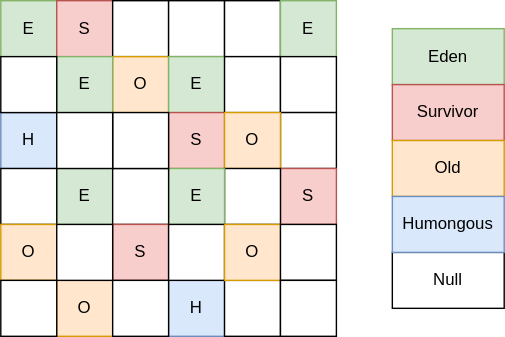
The draw.io diagram learn/src/main/resources/jvm/readme/static/uml/GC_G1_Struct.svg in zzyandzzy/openjdk-jdk11u, before a commit. Source tidied: cells renumbered, new cells last; positions are measured from the earlier drawing's top-left corner, leaving out a move shared by most shapes. Its diagram source:
```xml
<mxGraphModel>
  <root>
    <mxCell id="0" />
    <mxCell id="1" parent="0" />
    <mxCell id="2" style="group;" parent="1" vertex="1">
      <mxGeometry x="280" y="20" width="80" height="200" as="geometry" />
    </mxCell>
    <mxCell id="3" value="Null" style="rounded=0;whiteSpace=wrap;html=1;" parent="2" vertex="1">
      <mxGeometry y="160" width="80" height="40" as="geometry" />
    </mxCell>
    <mxCell id="4" value="Eden" style="rounded=0;whiteSpace=wrap;html=1;fillColor=#d5e8d4;strokeColor=#82b366;" parent="2" vertex="1">
      <mxGeometry width="80" height="40" as="geometry" />
    </mxCell>
    <mxCell id="5" value="Survivor" style="rounded=0;whiteSpace=wrap;html=1;fillColor=#f8cecc;strokeColor=#b85450;" parent="2" vertex="1">
      <mxGeometry y="40" width="80" height="40" as="geometry" />
    </mxCell>
    <mxCell id="6" value="Old" style="rounded=0;whiteSpace=wrap;html=1;fillColor=#ffe6cc;strokeColor=#d79b00;" parent="2" vertex="1">
      <mxGeometry y="80" width="80" height="40" as="geometry" />
    </mxCell>
    <mxCell id="7" value="Humongous" style="rounded=0;whiteSpace=wrap;html=1;fillColor=#dae8fc;strokeColor=#6c8ebf;" parent="2" vertex="1">
      <mxGeometry y="120" width="80" height="40" as="geometry" />
    </mxCell>
    <mxCell id="8" style="group;" parent="1" vertex="1">
      <mxGeometry width="240" height="240" as="geometry" />
    </mxCell>
    <mxCell id="9" value="E" style="rounded=0;whiteSpace=wrap;html=1;fillColor=#d5e8d4;strokeColor=#82b366;" parent="8" vertex="1">
      <mxGeometry width="40" height="40" as="geometry" />
    </mxCell>
    <mxCell id="10" value="S" style="rounded=0;whiteSpace=wrap;html=1;fillColor=#f8cecc;strokeColor=#b85450;" parent="8" vertex="1">
      <mxGeometry x="40" width="40" height="40" as="geometry" />
    </mxCell>
    <mxCell id="11" style="rounded=0;whiteSpace=wrap;html=1;" parent="8" vertex="1">
      <mxGeometry x="80" width="40" height="40" as="geometry" />
    </mxCell>
    <mxCell id="12" value="O" style="rounded=0;whiteSpace=wrap;html=1;fillColor=#ffe6cc;strokeColor=#d79b00;" parent="8" vertex="1">
      <mxGeometry x="80" y="40" width="40" height="40" as="geometry" />
    </mxCell>
    <mxCell id="13" value="H" style="rounded=0;whiteSpace=wrap;html=1;fillColor=#dae8fc;strokeColor=#6c8ebf;" parent="8" vertex="1">
      <mxGeometry y="80" width="40" height="40" as="geometry" />
    </mxCell>
    <mxCell id="14" value="E" style="rounded=0;whiteSpace=wrap;html=1;fillColor=#d5e8d4;strokeColor=#82b366;" parent="8" vertex="1">
      <mxGeometry x="40" y="40" width="40" height="40" as="geometry" />
    </mxCell>
    <mxCell id="15" value="E" style="rounded=0;whiteSpace=wrap;html=1;fillColor=#d5e8d4;strokeColor=#82b366;" parent="8" vertex="1">
      <mxGeometry x="40" y="120" width="40" height="40" as="geometry" />
    </mxCell>
    <mxCell id="16" style="rounded=0;whiteSpace=wrap;html=1;" parent="8" vertex="1">
      <mxGeometry x="120" width="40" height="40" as="geometry" />
    </mxCell>
    <mxCell id="17" style="rounded=0;whiteSpace=wrap;html=1;" parent="8" vertex="1">
      <mxGeometry x="160" width="40" height="40" as="geometry" />
    </mxCell>
    <mxCell id="18" value="E" style="rounded=0;whiteSpace=wrap;html=1;fillColor=#d5e8d4;strokeColor=#82b366;" parent="8" vertex="1">
      <mxGeometry x="200" width="40" height="40" as="geometry" />
    </mxCell>
    <mxCell id="19" value="E" style="rounded=0;whiteSpace=wrap;html=1;fillColor=#d5e8d4;strokeColor=#82b366;" parent="8" vertex="1">
      <mxGeometry x="120" y="40" width="40" height="40" as="geometry" />
    </mxCell>
    <mxCell id="20" value="S" style="rounded=0;whiteSpace=wrap;html=1;fillColor=#f8cecc;strokeColor=#b85450;" parent="8" vertex="1">
      <mxGeometry x="120" y="80" width="40" height="40" as="geometry" />
    </mxCell>
    <mxCell id="21" style="rounded=0;whiteSpace=wrap;html=1;" parent="8" vertex="1">
      <mxGeometry x="160" y="40" width="40" height="40" as="geometry" />
    </mxCell>
    <mxCell id="22" style="rounded=0;whiteSpace=wrap;html=1;" parent="8" vertex="1">
      <mxGeometry x="200" y="40" width="40" height="40" as="geometry" />
    </mxCell>
    <mxCell id="23" style="rounded=0;whiteSpace=wrap;html=1;" parent="8" vertex="1">
      <mxGeometry x="200" y="80" width="40" height="40" as="geometry" />
    </mxCell>
    <mxCell id="24" value="O" style="rounded=0;whiteSpace=wrap;html=1;fillColor=#ffe6cc;strokeColor=#d79b00;" parent="8" vertex="1">
      <mxGeometry x="160" y="80" width="40" height="40" as="geometry" />
    </mxCell>
    <mxCell id="25" value="S" style="rounded=0;whiteSpace=wrap;html=1;fillColor=#f8cecc;strokeColor=#b85450;" parent="8" vertex="1">
      <mxGeometry x="200" y="120" width="40" height="40" as="geometry" />
    </mxCell>
    <mxCell id="26" style="rounded=0;whiteSpace=wrap;html=1;" parent="8" vertex="1">
      <mxGeometry x="160" y="120" width="40" height="40" as="geometry" />
    </mxCell>
    <mxCell id="27" value="E" style="rounded=0;whiteSpace=wrap;html=1;fillColor=#d5e8d4;strokeColor=#82b366;" parent="8" vertex="1">
      <mxGeometry x="120" y="120" width="40" height="40" as="geometry" />
    </mxCell>
    <mxCell id="28" style="rounded=0;whiteSpace=wrap;html=1;" parent="8" vertex="1">
      <mxGeometry x="80" y="120" width="40" height="40" as="geometry" />
    </mxCell>
    <mxCell id="29" style="rounded=0;whiteSpace=wrap;html=1;" parent="8" vertex="1">
      <mxGeometry x="80" y="80" width="40" height="40" as="geometry" />
    </mxCell>
    <mxCell id="30" style="rounded=0;whiteSpace=wrap;html=1;" parent="8" vertex="1">
      <mxGeometry y="40" width="40" height="40" as="geometry" />
    </mxCell>
    <mxCell id="31" style="rounded=0;whiteSpace=wrap;html=1;" parent="8" vertex="1">
      <mxGeometry y="120" width="40" height="40" as="geometry" />
    </mxCell>
    <mxCell id="32" style="rounded=0;whiteSpace=wrap;html=1;" parent="8" vertex="1">
      <mxGeometry x="40" y="80" width="40" height="40" as="geometry" />
    </mxCell>
    <mxCell id="33" value="O" style="rounded=0;whiteSpace=wrap;html=1;fillColor=#ffe6cc;strokeColor=#d79b00;" parent="8" vertex="1">
      <mxGeometry y="160" width="40" height="40" as="geometry" />
    </mxCell>
    <mxCell id="34" value="O" style="rounded=0;whiteSpace=wrap;html=1;fillColor=#ffe6cc;strokeColor=#d79b00;" parent="8" vertex="1">
      <mxGeometry x="40" y="200" width="40" height="40" as="geometry" />
    </mxCell>
    <mxCell id="35" value="S" style="rounded=0;whiteSpace=wrap;html=1;fillColor=#f8cecc;strokeColor=#b85450;" parent="8" vertex="1">
      <mxGeometry x="80" y="160" width="40" height="40" as="geometry" />
    </mxCell>
    <mxCell id="36" value="H" style="rounded=0;whiteSpace=wrap;html=1;fillColor=#dae8fc;strokeColor=#6c8ebf;" parent="8" vertex="1">
      <mxGeometry x="120" y="200" width="40" height="40" as="geometry" />
    </mxCell>
    <mxCell id="37" style="rounded=0;whiteSpace=wrap;html=1;" parent="8" vertex="1">
      <mxGeometry x="40" y="160" width="40" height="40" as="geometry" />
    </mxCell>
    <mxCell id="38" style="rounded=0;whiteSpace=wrap;html=1;" parent="8" vertex="1">
      <mxGeometry y="200" width="40" height="40" as="geometry" />
    </mxCell>
    <mxCell id="39" style="rounded=0;whiteSpace=wrap;html=1;" parent="8" vertex="1">
      <mxGeometry x="80" y="200" width="40" height="40" as="geometry" />
    </mxCell>
    <mxCell id="40" style="rounded=0;whiteSpace=wrap;html=1;" parent="8" vertex="1">
      <mxGeometry x="120" y="160" width="40" height="40" as="geometry" />
    </mxCell>
    <mxCell id="41" style="rounded=0;whiteSpace=wrap;html=1;" parent="8" vertex="1">
      <mxGeometry x="160" y="200" width="40" height="40" as="geometry" />
    </mxCell>
    <mxCell id="42" value="O" style="rounded=0;whiteSpace=wrap;html=1;fillColor=#ffe6cc;strokeColor=#d79b00;" parent="8" vertex="1">
      <mxGeometry x="160" y="160" width="40" height="40" as="geometry" />
    </mxCell>
    <mxCell id="43" style="rounded=0;whiteSpace=wrap;html=1;" parent="8" vertex="1">
      <mxGeometry x="200" y="160" width="40" height="40" as="geometry" />
    </mxCell>
    <mxCell id="44" style="rounded=0;whiteSpace=wrap;html=1;" parent="8" vertex="1">
      <mxGeometry x="200" y="200" width="40" height="40" as="geometry" />
    </mxCell>
  </root>
</mxGraphModel>
```
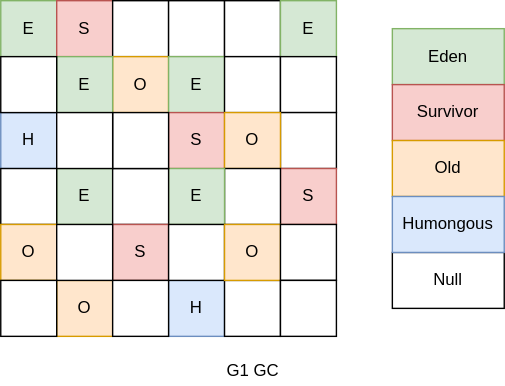
Above is the later version.

Commit message:
jvm-gc-G1 GC：区域分代化

The edit, as a diff of the source:
```diff
@@ -2,7 +2,13 @@
   <root>
     <mxCell id="0" />
     <mxCell id="1" parent="0" />
+    <mxCell id="45" value="G1 GC" style="text;html=1;align=center;verticalAlign=middle;strokeColor=none;" parent="1" vertex="1">
+      <mxGeometry x="155" y="255" width="50" height="20" as="geometry" />
+    </mxCell>
+    <mxCell id="46" style="group;" parent="1" vertex="1">
+      <mxGeometry width="360" height="240" as="geometry" />
+    </mxCell>
-    <mxCell id="2" style="group;" parent="1" vertex="1">
+    <mxCell id="2" style="group;" parent="46" vertex="1">
       <mxGeometry x="280" y="20" width="80" height="200" as="geometry" />
     </mxCell>
     <mxCell id="3" value="Null" style="rounded=0;whiteSpace=wrap;html=1;" parent="2" vertex="1">
@@ -20,7 +26,7 @@
     <mxCell id="7" value="Humongous" style="rounded=0;whiteSpace=wrap;html=1;fillColor=#dae8fc;strokeColor=#6c8ebf;" parent="2" vertex="1">
       <mxGeometry y="120" width="80" height="40" as="geometry" />
     </mxCell>
-    <mxCell id="8" style="group;" parent="1" vertex="1">
+    <mxCell id="8" style="group;" parent="46" vertex="1">
       <mxGeometry width="240" height="240" as="geometry" />
     </mxCell>
     <mxCell id="9" value="E" style="rounded=0;whiteSpace=wrap;html=1;fillColor=#d5e8d4;strokeColor=#82b366;" parent="8" vertex="1">
```
